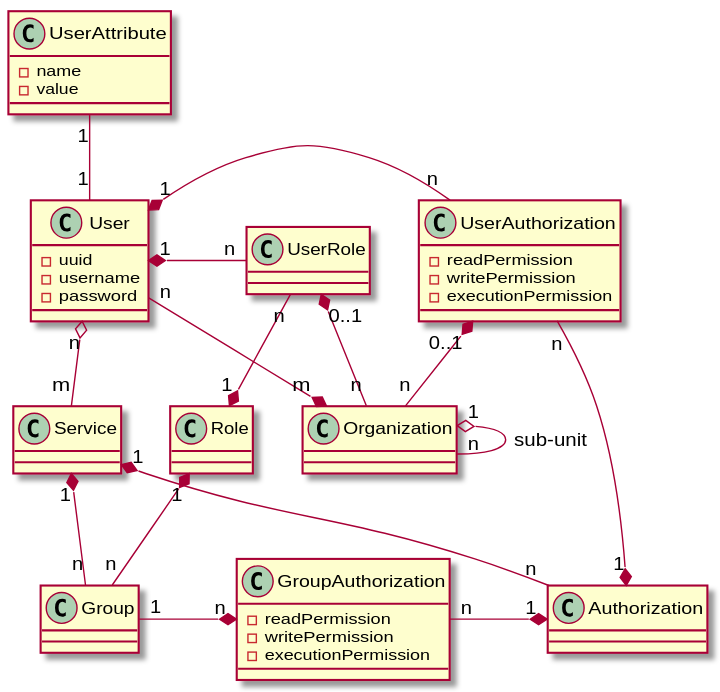
This is caratarse-auth-model/src/main/docs/ModelDiagram.svg from caratarse/caratarse-auth, a PlantUML export, as it was before one commit. Its source is kept beside it as caratarse-auth-model/src/main/docs/ModelDiagram.puml.
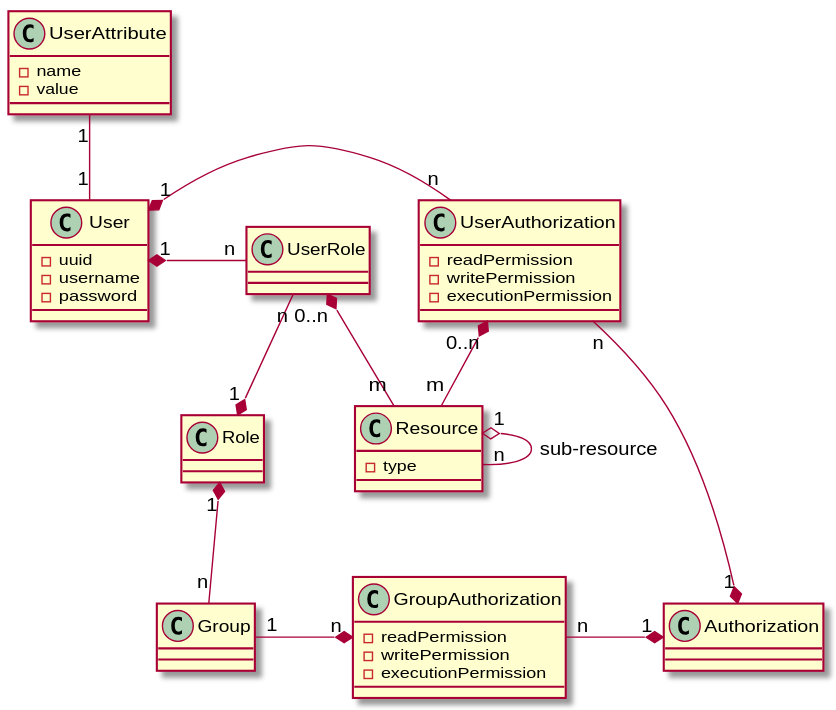
Later version of the same file.

Commit message:
Updated model diagram. Service and Organization collapsed into the more general Resource entity.

The edit, as a diff of the source:
```diff
@@ -20,8 +20,6 @@
     -executionPermission
 }
 
-class Service
-
 class Group
 
 class Role
@@ -31,24 +29,22 @@
     -value
 }
 
-class Organization
+class Resource {
+    -type
+}
 
 class UserRole
 
 User "1" *- "n" UserAuthorization
 UserAuthorization "n" --* "1" Authorization
-UserAuthorization "0..1" *-- "n" Organization
+UserAuthorization "0..n" *-- "m" Resource
 User "1" *- "n" UserRole
 UserRole "n" --* "1" Role
-UserRole "0..1" *-- "n" Organization
-User "n" o-- "m" Service
-Service "1" *-- "n" Authorization
-Service "1" *-- "n" Group
+UserRole "0..n" *-- "m" Resource
 Group "1" -* "n" GroupAuthorization
 GroupAuthorization "n" -* "1" Authorization
 Role "1" *-- "n" Group
 UserAttribute "1" -- "1" User
-Organization "m" *-- "n" User
-Organization "1" o-- "n" Organization : sub-unit
+Resource "1" o-- "n" Resource : sub-resource
 
 @enduml
```
